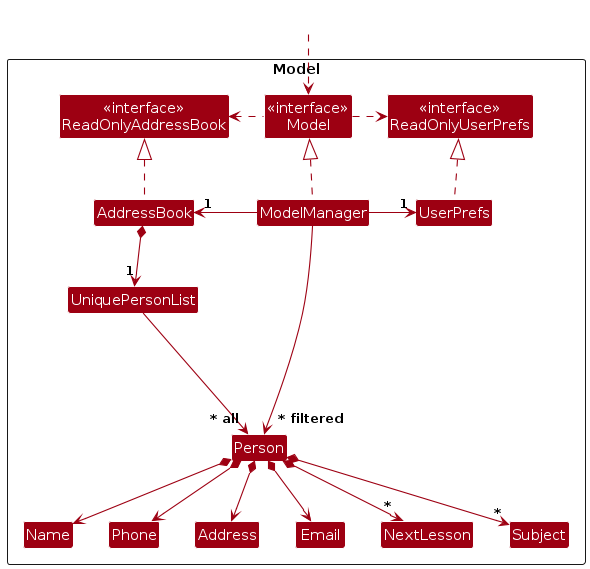
Before: diagrams/ModelClassDiagram.png, a diagram exported from PlantUML (AY2425S2-CS2103T-T16-4/tp). Its source is kept beside it as diagrams/ModelClassDiagram.puml.
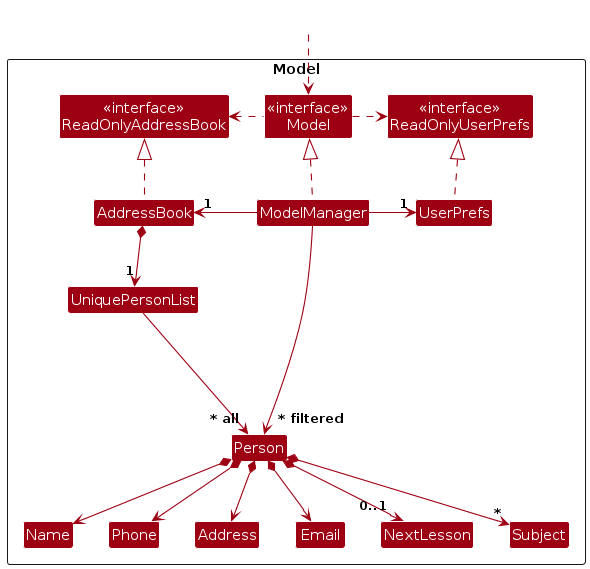
Above is the later version.

Change to the diagram source:
```diff
@@ -43,7 +43,7 @@
 Person *--> Email
 Person *--> Address
 Person *--> "*" Subject
-Person *--> "*" NextLesson
+Person *--> "0..1" NextLesson
 
 Person -[hidden]up--> I
 UniquePersonList -[hidden]right-> I
```
